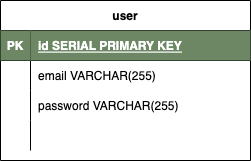
Earlier version of the draw.io export ERD.drawio.png (taekim90/project-2-auth). Source tidied: cells renumbered, new cells last; positions are measured from the earlier drawing's top-left corner, leaving out a move shared by most shapes.
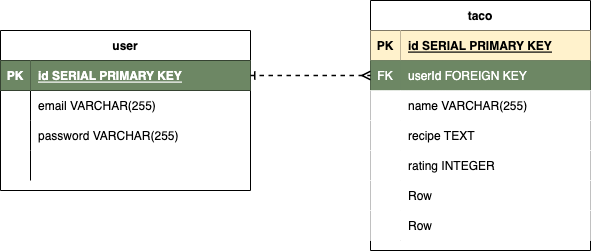
The same diagram one commit later.

The edit, as a diff of the source:
```diff
@@ -41,5 +41,74 @@
     <mxCell id="14" style="shape=partialRectangle;fillColor=none;top=0;left=0;bottom=0;right=0;align=left;spacingLeft=6;overflow=hidden;" parent="12" vertex="1">
       <mxGeometry x="30" width="220" height="30" as="geometry" />
     </mxCell>
+    <mxCell id="15" value="taco" style="shape=table;startSize=30;rowLines=0;fontStyle=1;align=center;" parent="1" vertex="1">
+      <mxGeometry x="370" y="-30" width="220" height="250" as="geometry" />
+    </mxCell>
+    <mxCell id="16" style="shape=tableRow;horizontal=0;startSize=0;swimlaneHead=0;swimlaneBody=0;fillColor=none;top=0;left=0;right=0;bottom=1;" parent="15" vertex="1">
+      <mxGeometry y="30" width="220" height="30" as="geometry" />
+    </mxCell>
+    <mxCell id="17" value="PK" style="shape=partialRectangle;fillColor=#fff2cc;top=0;left=0;bottom=0;right=0;fontStyle=1;overflow=hidden;strokeColor=#d6b656;" parent="16" vertex="1">
+      <mxGeometry width="30" height="30" as="geometry" />
+    </mxCell>
+    <mxCell id="18" value="id SERIAL PRIMARY KEY" style="shape=partialRectangle;fillColor=#fff2cc;top=0;left=0;bottom=0;right=0;align=left;spacingLeft=6;fontStyle=5;overflow=hidden;strokeColor=#d6b656;" parent="16" vertex="1">
+      <mxGeometry x="30" width="190" height="30" as="geometry" />
+    </mxCell>
+    <mxCell id="19" style="shape=tableRow;horizontal=0;startSize=0;swimlaneHead=0;swimlaneBody=0;points=[[0,0.5],[1,0.5]];portConstraint=eastwest;top=0;left=0;right=0;bottom=0;fillColor=#6d8764;fontColor=#ffffff;strokeColor=#3A5431;" parent="15" vertex="1">
+      <mxGeometry y="60" width="220" height="30" as="geometry" />
+    </mxCell>
+    <mxCell id="20" value="FK" style="shape=partialRectangle;top=0;left=0;bottom=0;right=0;fontStyle=0;overflow=hidden;fillColor=#6d8764;fontColor=#ffffff;strokeColor=#3A5431;" parent="19" vertex="1">
+      <mxGeometry width="30" height="30" as="geometry" />
+    </mxCell>
+    <mxCell id="21" value="userId FOREIGN KEY" style="shape=partialRectangle;top=0;left=0;bottom=0;right=0;align=left;spacingLeft=6;fontStyle=0;overflow=hidden;fillColor=#6d8764;fontColor=#ffffff;strokeColor=#3A5431;" parent="19" vertex="1">
+      <mxGeometry x="30" width="190" height="30" as="geometry" />
+    </mxCell>
+    <mxCell id="22" style="shape=tableRow;horizontal=0;startSize=0;swimlaneHead=0;swimlaneBody=0;top=0;left=0;right=0;bottom=0;" parent="15" vertex="1">
+      <mxGeometry y="90" width="220" height="30" as="geometry" />
+    </mxCell>
+    <mxCell id="23" style="shape=partialRectangle;top=0;left=0;bottom=0;right=0;overflow=hidden;" parent="22" vertex="1">
+      <mxGeometry width="30" height="30" as="geometry" />
+    </mxCell>
+    <mxCell id="24" value="name VARCHAR(255)" style="shape=partialRectangle;top=0;left=0;bottom=0;right=0;align=left;spacingLeft=6;overflow=hidden;" parent="22" vertex="1">
+      <mxGeometry x="30" width="190" height="30" as="geometry" />
+    </mxCell>
+    <mxCell id="25" style="shape=tableRow;horizontal=0;startSize=0;swimlaneHead=0;swimlaneBody=0;top=0;left=0;right=0;bottom=0;" parent="15" vertex="1">
+      <mxGeometry y="120" width="220" height="30" as="geometry" />
+    </mxCell>
+    <mxCell id="26" style="shape=partialRectangle;top=0;left=0;bottom=0;right=0;overflow=hidden;" parent="25" vertex="1">
+      <mxGeometry width="30" height="30" as="geometry" />
+    </mxCell>
+    <mxCell id="27" value="recipe TEXT" style="shape=partialRectangle;top=0;left=0;bottom=0;right=0;align=left;spacingLeft=6;overflow=hidden;" parent="25" vertex="1">
+      <mxGeometry x="30" width="190" height="30" as="geometry" />
+    </mxCell>
+    <mxCell id="28" style="shape=tableRow;horizontal=0;startSize=0;swimlaneHead=0;swimlaneBody=0;top=0;left=0;right=0;bottom=0;" parent="15" vertex="1">
+      <mxGeometry y="150" width="220" height="30" as="geometry" />
+    </mxCell>
+    <mxCell id="29" style="shape=partialRectangle;top=0;left=0;bottom=0;right=0;overflow=hidden;" parent="28" vertex="1">
+      <mxGeometry width="30" height="30" as="geometry" />
+    </mxCell>
+    <mxCell id="30" value="rating INTEGER" style="shape=partialRectangle;top=0;left=0;bottom=0;right=0;align=left;spacingLeft=6;overflow=hidden;" parent="28" vertex="1">
+      <mxGeometry x="30" width="190" height="30" as="geometry" />
+    </mxCell>
+    <mxCell id="31" style="shape=tableRow;horizontal=0;startSize=0;swimlaneHead=0;swimlaneBody=0;top=0;left=0;right=0;bottom=0;" parent="15" vertex="1">
+      <mxGeometry y="180" width="220" height="30" as="geometry" />
+    </mxCell>
+    <mxCell id="32" style="shape=partialRectangle;top=0;left=0;bottom=0;right=0;overflow=hidden;" parent="31" vertex="1">
+      <mxGeometry width="30" height="30" as="geometry" />
+    </mxCell>
+    <mxCell id="33" value="Row" style="shape=partialRectangle;top=0;left=0;bottom=0;right=0;align=left;spacingLeft=6;overflow=hidden;" parent="31" vertex="1">
+      <mxGeometry x="30" width="190" height="30" as="geometry" />
+    </mxCell>
+    <mxCell id="34" style="shape=tableRow;horizontal=0;startSize=0;swimlaneHead=0;swimlaneBody=0;top=0;left=0;right=0;bottom=0;" parent="15" vertex="1">
+      <mxGeometry y="210" width="220" height="30" as="geometry" />
+    </mxCell>
+    <mxCell id="35" style="shape=partialRectangle;top=0;left=0;bottom=0;right=0;overflow=hidden;" parent="34" vertex="1">
+      <mxGeometry width="30" height="30" as="geometry" />
+    </mxCell>
+    <mxCell id="36" value="Row" style="shape=partialRectangle;top=0;left=0;bottom=0;right=0;align=left;spacingLeft=6;overflow=hidden;" parent="34" vertex="1">
+      <mxGeometry x="30" width="190" height="30" as="geometry" />
+    </mxCell>
+    <mxCell id="37" style="edgeStyle=orthogonalEdgeStyle;rounded=0;jettySize=auto;html=1;exitX=1;exitY=0.5;exitDx=0;exitDy=0;entryX=0;entryY=0.5;entryDx=0;entryDy=0;endArrow=ERmany;endFill=0;dashed=1;startArrow=ERone;startFill=0;strokeWidth=1.5;" parent="1" edge="1" source="3" target="19">
+      <mxGeometry relative="1" as="geometry" />
+    </mxCell>
   </root>
 </mxGraphModel>
```
